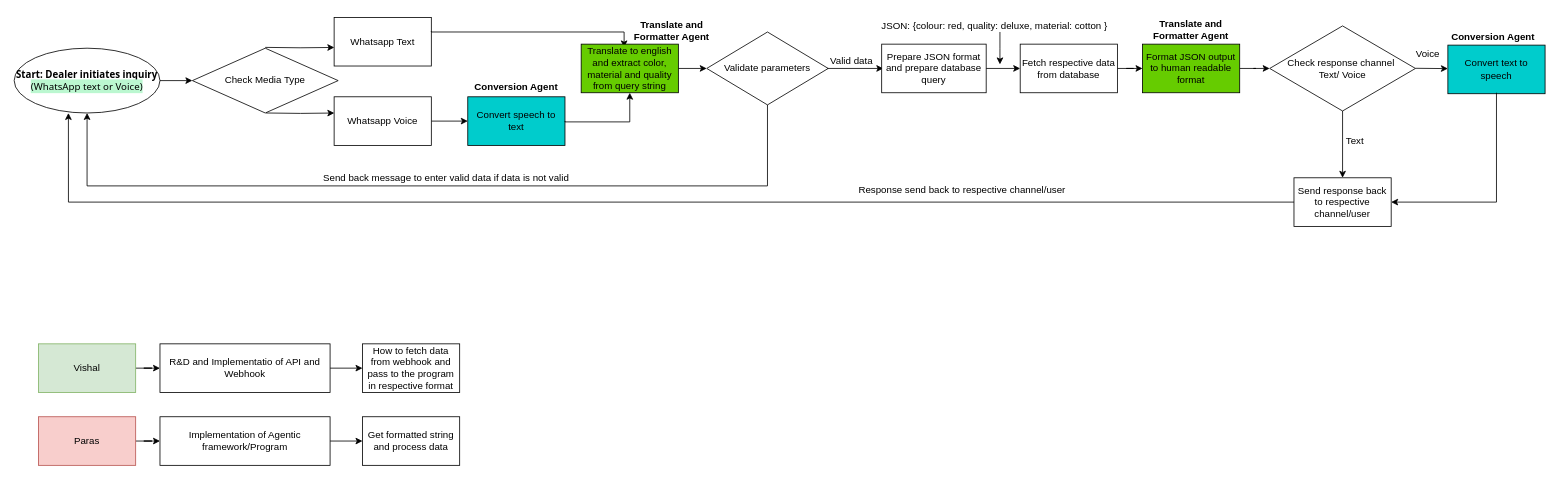
The draw.io diagram Diagrams/AI-Receptionist-Agentic-diagram.drawio in in-vishal-chauhan/AI-ML, before the edit. Source tidied: cells renumbered, new cells numbered last; positions are measured from the earlier drawing's top-left corner, leaving out a move shared by most shapes. Both pictures are drawn from the tidied source at 81%, with x=0, y=0 at pixel (14, 14).
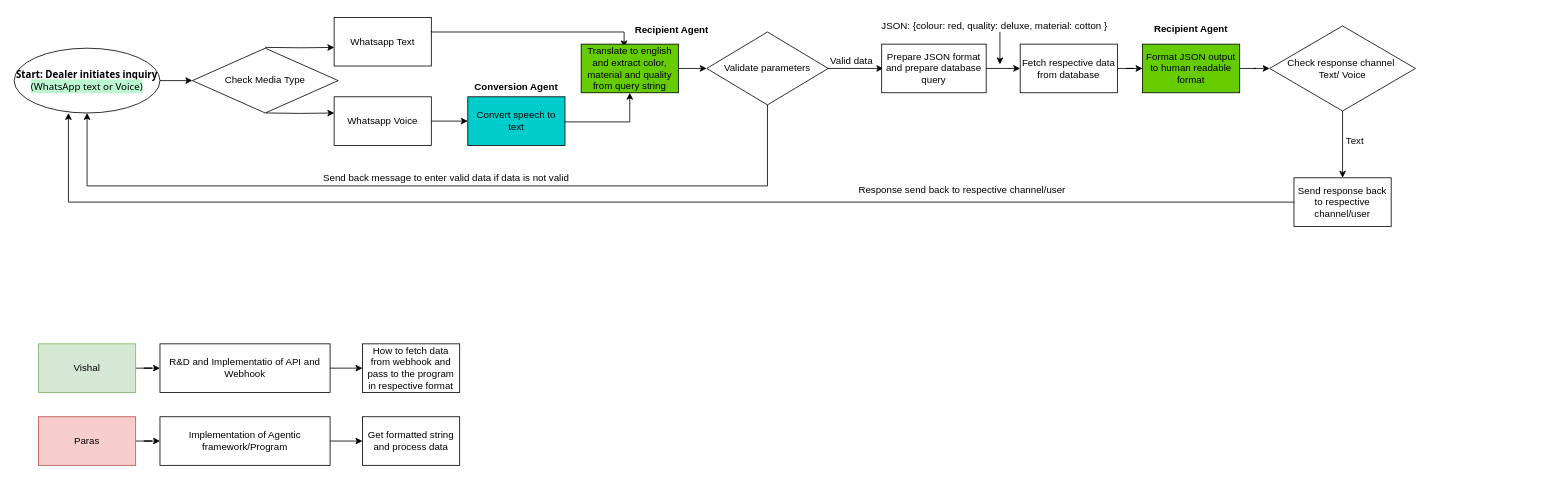
Above is the later version.

The change refers to these unchanged cells:
```xml
<mxCell id="42" value="Send response back to respective channel/user" style="rounded=0;whiteSpace=wrap;html=1;" parent="1" vertex="1">
  <mxGeometry x="1580" y="202" width="120" height="60" as="geometry" />
</mxCell>
```

What changed in the source:
```diff
@@
-    <mxCell id="23" value="&lt;b&gt;Translate and Formatter Agent&lt;/b&gt;" style="text;html=1;align=center;verticalAlign=middle;whiteSpace=wrap;rounded=0;" parent="1" vertex="1">
+    <mxCell id="23" value="&lt;b&gt;Recipient Agent&lt;/b&gt;" style="text;html=1;align=center;verticalAlign=middle;whiteSpace=wrap;rounded=0;" parent="1" vertex="1">
       <mxGeometry x="747" y="5" width="130" height="30" as="geometry" />
     </mxCell>
@@
-    <mxCell id="32" value="&lt;b&gt;Translate and Formatter Agent&lt;/b&gt;" style="text;html=1;align=center;verticalAlign=middle;whiteSpace=wrap;rounded=0;" parent="1" vertex="1">
+    <mxCell id="32" value="&lt;b&gt;Recipient Agent&lt;/b&gt;" style="text;html=1;align=center;verticalAlign=middle;whiteSpace=wrap;rounded=0;" parent="1" vertex="1">
       <mxGeometry x="1388" y="4" width="130" height="30" as="geometry" />
     </mxCell>
@@
-    <mxCell id="35" value="Convert text to speech" style="rounded=0;whiteSpace=wrap;html=1;fillColor=#00CCCC;" parent="1" vertex="1">
-      <mxGeometry x="1770" y="38.2" width="120" height="60" as="geometry" />
-    </mxCell>
-    <mxCell id="36" value="&lt;b&gt;Conversion Agent&lt;/b&gt;" style="text;html=1;align=center;verticalAlign=middle;whiteSpace=wrap;rounded=0;" parent="1" vertex="1">
-      <mxGeometry x="1766" y="13.2" width="120" height="30" as="geometry" />
-    </mxCell>
-    <mxCell id="37" style="endArrow=classic;html=1;rounded=0;" parent="1" edge="1">
-      <mxGeometry relative="1" as="geometry">
-        <mxPoint x="1730" y="66.8" as="sourcePoint" />
-        <mxPoint x="1770" y="67.2" as="targetPoint" />
-      </mxGeometry>
-    </mxCell>
-    <mxCell id="38" value="Voice" style="text;html=1;align=center;verticalAlign=middle;strokeColor=none;fillColor=none;" parent="1" vertex="1">
-      <mxGeometry x="1720" y="34" width="50" height="30" as="geometry" />
-    </mxCell>
-    <mxCell id="39" style="edgeStyle=orthogonalEdgeStyle;rounded=0;jettySize=auto;html=1;exitX=1;exitY=0.5;exitDx=0;exitDy=0;entryX=1;entryY=0.5;entryDx=0;entryDy=0;" parent="1" edge="1" target="42">
-      <mxGeometry relative="1" as="geometry">
-        <mxPoint x="1830" y="97" as="sourcePoint" />
-        <Array as="points">
-          <mxPoint x="1830" y="232" />
-        </Array>
-      </mxGeometry>
-    </mxCell>
+    <mxCell id="52" style="edgeStyle=orthogonalEdgeStyle;rounded=0;orthogonalLoop=1;jettySize=auto;html=1;" parent="1" edge="1">
+      <mxGeometry relative="1" as="geometry">
+        <mxPoint x="1830" y="38.2" as="sourcePoint" />
+      </mxGeometry>
+    </mxCell>
```
